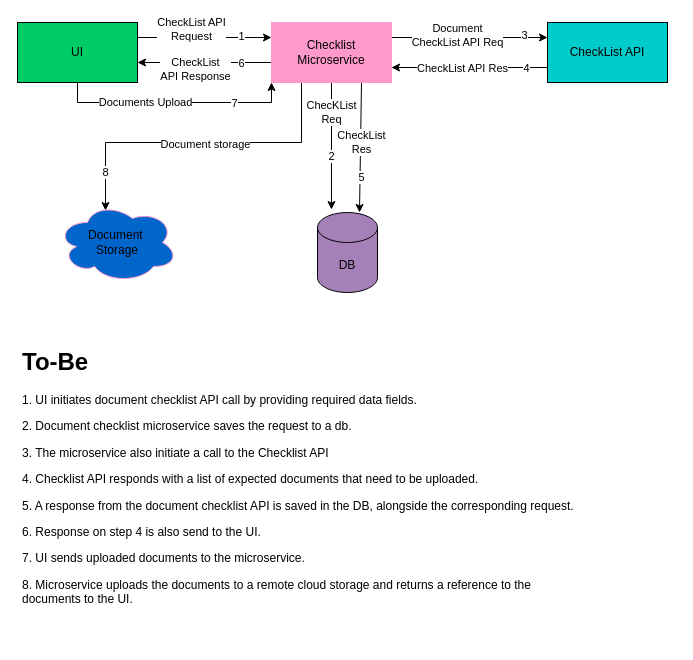
Bobiology/system-designs keeps this draw.io diagram as page "HLD" (1 of 3) of Ezy- Document Checklist.drawio. Above is the earlier version. Source tidied: cells renumbered, new cells numbered last; positions are measured from the earlier drawing's top-left corner, leaving out a move shared by most shapes. Both pictures are drawn from the tidied source at 100%, with x=0, y=0 at pixel (17, 22).
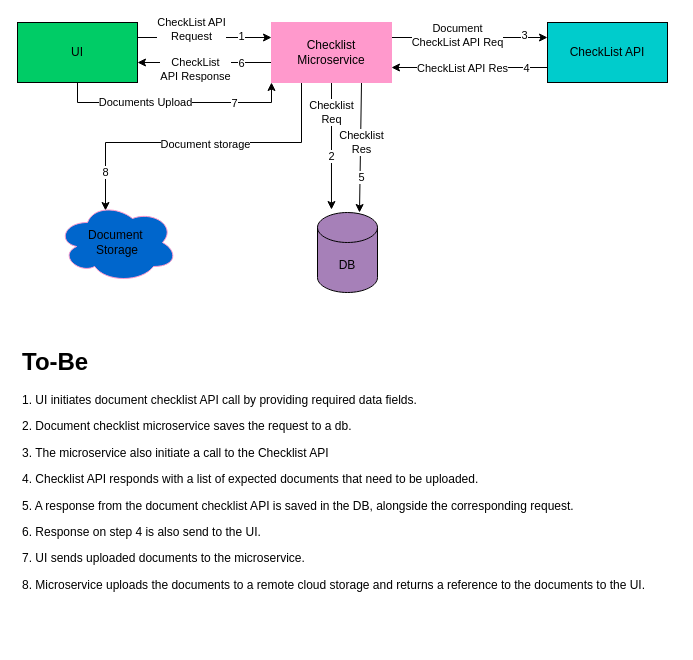
The same page after the edit.

Unchanged cells that the change refers to:
```xml
<mxCell id="12" style="edgeStyle=none;rounded=0;jettySize=auto;html=1;exitX=0.75;exitY=1;exitDx=0;exitDy=0;entryX=0.7;entryY=0;entryDx=0;entryDy=0;entryPerimeter=0;" parent="1" edge="1" source="24" target="29">
  <mxGeometry relative="1" as="geometry" />
</mxCell>
<mxCell id="15" style="edgeStyle=none;rounded=0;jettySize=auto;html=1;exitX=0.5;exitY=1;exitDx=0;exitDy=0;entryX=0.233;entryY=-0.037;entryDx=0;entryDy=0;entryPerimeter=0;" parent="1" edge="1" source="24" target="29">
  <mxGeometry relative="1" as="geometry" />
</mxCell>
```

Change to the diagram source:
```diff
@@
-    <mxCell id="13" value="CheckList&lt;br&gt;Res" style="edgeLabel;html=1;align=center;verticalAlign=middle;" parent="12" vertex="1">
+    <mxCell id="13" value="Checklist&lt;br&gt;Res" style="edgeLabel;html=1;align=center;verticalAlign=middle;" parent="12" vertex="1">
       <mxGeometry x="-0.08" relative="1" as="geometry" />
     </mxCell>
@@
-    <mxCell id="16" value="ChecKList&lt;br&gt;Req" style="edgeLabel;html=1;align=center;verticalAlign=middle;" parent="15" vertex="1">
+    <mxCell id="16" value="Checklist&lt;br&gt;Req" style="edgeLabel;html=1;align=center;verticalAlign=middle;" parent="15" vertex="1">
       <mxGeometry x="-0.53" relative="1" as="geometry" />
     </mxCell>
@@
     <mxCell id="30" value="&lt;h1&gt;To-Be&lt;/h1&gt;&lt;p&gt;1. UI initiates document checklist API call by providing required data fields.&lt;/p&gt;&lt;p&gt;2. Document checklist microservice saves the request to a db.&lt;/p&gt;&lt;p&gt;3. The microservice also initiate a call to the Checklist API&lt;/p&gt;&lt;p&gt;4. Checklist API responds with a list of expected documents that need to be uploaded.&lt;/p&gt;&lt;p&gt;5. A response from the document checklist API is saved in the DB, alongside the corresponding request.&lt;/p&gt;&lt;p&gt;6. Response on step 4 is also send to the UI.&lt;/p&gt;&lt;p&gt;7. UI sends uploaded documents to the microservice.&lt;/p&gt;&lt;p&gt;8. Microservice uploads the documents to a remote cloud storage and returns a reference to the documents to the UI.&lt;/p&gt;" style="text;html=1;strokeColor=none;fillColor=none;spacing=5;spacingTop=-20;whiteSpace=wrap;overflow=hidden;rounded=0;" parent="1" vertex="1">
-      <mxGeometry y="320" width="560" height="300" as="geometry" />
+      <mxGeometry y="320" width="658" height="300" as="geometry" />
     </mxCell>
```
